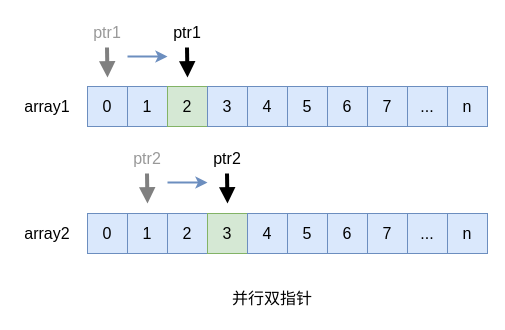
Above: src/two-pointers/assets/parallel.drawio in XuShaohua/TheAlgorithms (draw.io), before the change. Source tidied: cells renumbered, new cells numbered last; positions are measured from the earlier drawing's top-left corner, leaving out a move shared by most shapes. Both pictures are drawn from the tidied source at 100%, with x=0, y=0 at pixel (17, 17).
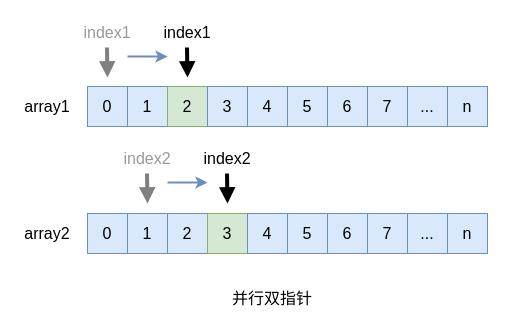
The same diagram, later.

Commit message (it also covers changes not shown here):
0349: Add index file and flow charts

Unchanged cells that the change refers to:
```xml
<mxCell id="26" style="group;" parent="24" vertex="1">
  <mxGeometry x="80" width="60" height="60" as="geometry" />
</mxCell>
<mxCell id="29" style="group;" parent="24" vertex="1">
  <mxGeometry width="60" height="60" as="geometry" />
</mxCell>
<mxCell id="34" style="group;" parent="32" vertex="1">
  <mxGeometry x="80" width="60" height="60" as="geometry" />
</mxCell>
<mxCell id="37" style="group;" parent="32" vertex="1">
  <mxGeometry width="60" height="60" as="geometry" />
</mxCell>
```

Change to the diagram source:
```diff
@@
-    <mxCell id="27" value="ptr1" style="text;html=1;align=center;verticalAlign=middle;whiteSpace=wrap;rounded=0;fontFamily=Ubuntu;fontSize=16;fontStyle=0;" parent="26" vertex="1">
+    <mxCell id="27" value="index1" style="text;html=1;align=center;verticalAlign=middle;whiteSpace=wrap;rounded=0;fontFamily=Ubuntu;fontSize=16;fontStyle=0;" parent="26" vertex="1">
       <mxGeometry width="60" height="30" as="geometry" />
     </mxCell>
@@
-    <mxCell id="30" value="ptr1" style="text;html=1;align=center;verticalAlign=middle;whiteSpace=wrap;rounded=0;fontFamily=Ubuntu;fontSize=16;fontStyle=0;fontColor=#999999;" parent="29" vertex="1">
+    <mxCell id="30" value="index1" style="text;html=1;align=center;verticalAlign=middle;whiteSpace=wrap;rounded=0;fontFamily=Ubuntu;fontSize=16;fontStyle=0;fontColor=#999999;" parent="29" vertex="1">
       <mxGeometry width="60" height="30" as="geometry" />
     </mxCell>
@@
-    <mxCell id="35" value="ptr2" style="text;html=1;align=center;verticalAlign=middle;whiteSpace=wrap;rounded=0;fontFamily=Ubuntu;fontSize=16;fontStyle=0;" parent="34" vertex="1">
+    <mxCell id="35" value="index2" style="text;html=1;align=center;verticalAlign=middle;whiteSpace=wrap;rounded=0;fontFamily=Ubuntu;fontSize=16;fontStyle=0;" parent="34" vertex="1">
       <mxGeometry width="60" height="30" as="geometry" />
     </mxCell>
@@
-    <mxCell id="38" value="ptr2" style="text;html=1;align=center;verticalAlign=middle;whiteSpace=wrap;rounded=0;fontFamily=Ubuntu;fontSize=16;fontStyle=0;fontColor=#999999;" parent="37" vertex="1">
+    <mxCell id="38" value="index2" style="text;html=1;align=center;verticalAlign=middle;whiteSpace=wrap;rounded=0;fontFamily=Ubuntu;fontSize=16;fontStyle=0;fontColor=#999999;" parent="37" vertex="1">
       <mxGeometry width="60" height="30" as="geometry" />
     </mxCell>
```
